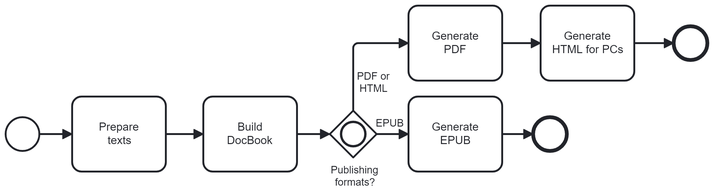
Earlier version of the BPMN export overview.png (japotrad/bilingual-ebooks). Its source is kept beside it as overview.bpmn. Ids are renumbered.
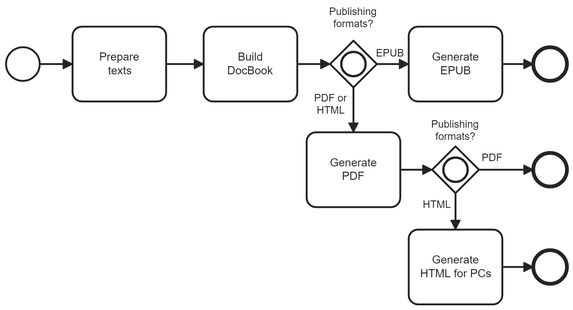
After the change.

What changed in the source:
```diff
@@ -36,16 +36,26 @@
     <bpmn:endEvent id="Event_n15">
       <bpmn:incoming>Flow_n16</bpmn:incoming>
     </bpmn:endEvent>
-    <bpmn:sequenceFlow id="Flow_n12" sourceRef="Activity_n11" targetRef="Activity_n17" />
+    <bpmn:sequenceFlow id="Flow_n12" sourceRef="Activity_n11" targetRef="Gateway_n19" />
     <bpmn:endEvent id="Event_n18">
       <bpmn:incoming>Flow_n14</bpmn:incoming>
     </bpmn:endEvent>
     <bpmn:sequenceFlow id="Flow_n14" sourceRef="Activity_n13" targetRef="Event_n18" />
     <bpmn:task id="Activity_n17" name="Generate&#10;HTML for PCs">
+      <bpmn:incoming>Flow_n20</bpmn:incoming>
+      <bpmn:outgoing>Flow_n21</bpmn:outgoing>
+    </bpmn:task>
+    <bpmn:sequenceFlow id="Flow_n16" name="PDF" sourceRef="Gateway_n19" targetRef="Event_n15" />
+    <bpmn:inclusiveGateway id="Gateway_n19" name="Publishing formats?">
       <bpmn:incoming>Flow_n12</bpmn:incoming>
       <bpmn:outgoing>Flow_n16</bpmn:outgoing>
-    </bpmn:task>
-    <bpmn:sequenceFlow id="Flow_n16" sourceRef="Activity_n17" targetRef="Event_n15" />
+      <bpmn:outgoing>Flow_n20</bpmn:outgoing>
+    </bpmn:inclusiveGateway>
+    <bpmn:endEvent id="Event_n22">
+      <bpmn:incoming>Flow_n21</bpmn:incoming>
+    </bpmn:endEvent>
+    <bpmn:sequenceFlow id="Flow_n21" sourceRef="Activity_n17" targetRef="Event_n22" />
+    <bpmn:sequenceFlow id="Flow_n20" name="HTML" sourceRef="Gateway_n19" targetRef="Activity_n17" />
   </bpmn:process>
   <bpmndi:BPMNDiagram id="BPMNDiagram_1">
     <bpmndi:BPMNPlane id="BPMNPlane_1" bpmnElement="Process_n2">
@@ -63,12 +73,8 @@
       <bpmndi:BPMNShape id="Gateway_n8_di" bpmnElement="Gateway_n8">
         <dc:Bounds x="525" y="152" width="50" height="50" />
         <bpmndi:BPMNLabel>
-          <dc:Bounds x="526" y="209" width="51" height="27" />
+          <dc:Bounds x="524" y="114.5" width="51" height="27" />
         </bpmndi:BPMNLabel>
-      </bpmndi:BPMNShape>
-      <bpmndi:BPMNShape id="Activity_n11_di" bpmnElement="Activity_n11">
-        <dc:Bounds x="609" y="40" width="100" height="80" />
-        <bpmndi:BPMNLabel />
       </bpmndi:BPMNShape>
       <bpmndi:BPMNShape id="Activity_n13_di" bpmnElement="Activity_n13">
         <dc:Bounds x="609" y="137" width="100" height="80" />
@@ -77,12 +83,25 @@
       <bpmndi:BPMNShape id="Event_n18_di" bpmnElement="Event_n18">
         <dc:Bounds x="742" y="159" width="36" height="36" />
       </bpmndi:BPMNShape>
-      <bpmndi:BPMNShape id="Activity_n17_di" bpmnElement="Activity_n17">
-        <dc:Bounds x="750" y="40" width="100" height="80" />
+      <bpmndi:BPMNShape id="Activity_n11_di" bpmnElement="Activity_n11">
+        <dc:Bounds x="500" y="250" width="100" height="80" />
         <bpmndi:BPMNLabel />
       </bpmndi:BPMNShape>
       <bpmndi:BPMNShape id="Event_n15_di" bpmnElement="Event_n15">
-        <dc:Bounds x="892" y="62" width="36" height="36" />
+        <dc:Bounds x="742" y="272" width="36" height="36" />
+      </bpmndi:BPMNShape>
+      <bpmndi:BPMNShape id="BPMNShape_n23" bpmnElement="Gateway_n19">
+        <dc:Bounds x="634" y="265" width="50" height="50" />
+        <bpmndi:BPMNLabel>
+          <dc:Bounds x="633" y="235" width="51" height="27" />
+        </bpmndi:BPMNLabel>
+      </bpmndi:BPMNShape>
+      <bpmndi:BPMNShape id="Activity_n17_di" bpmnElement="Activity_n17">
+        <dc:Bounds x="609" y="354" width="100" height="80" />
+        <bpmndi:BPMNLabel />
+      </bpmndi:BPMNShape>
+      <bpmndi:BPMNShape id="Event_n22_di" bpmnElement="Event_n22">
+        <dc:Bounds x="742" y="376" width="36" height="36" />
       </bpmndi:BPMNShape>
       <bpmndi:BPMNEdge id="Flow_n5_di" bpmnElement="Flow_n5">
         <di:waypoint x="350" y="177" />
@@ -97,11 +116,10 @@
         <di:waypoint x="525" y="177" />
       </bpmndi:BPMNEdge>
       <bpmndi:BPMNEdge id="Flow_n9_di" bpmnElement="Flow_n9">
-        <di:waypoint x="550" y="152" />
-        <di:waypoint x="550" y="80" />
-        <di:waypoint x="609" y="80" />
+        <di:waypoint x="550" y="202" />
+        <di:waypoint x="550" y="250" />
         <bpmndi:BPMNLabel>
-          <dc:Bounds x="554" y="109" width="37" height="27" />
+          <dc:Bounds x="508" y="207" width="37" height="27" />
         </bpmndi:BPMNLabel>
       </bpmndi:BPMNEdge>
       <bpmndi:BPMNEdge id="Flow_n10_di" bpmnElement="Flow_n10">
@@ -112,16 +130,30 @@
         </bpmndi:BPMNLabel>
       </bpmndi:BPMNEdge>
       <bpmndi:BPMNEdge id="Flow_n12_di" bpmnElement="Flow_n12">
-        <di:waypoint x="709" y="80" />
-        <di:waypoint x="750" y="80" />
+        <di:waypoint x="600" y="290" />
+        <di:waypoint x="634" y="290" />
       </bpmndi:BPMNEdge>
       <bpmndi:BPMNEdge id="Flow_n14_di" bpmnElement="Flow_n14">
         <di:waypoint x="709" y="177" />
         <di:waypoint x="742" y="177" />
       </bpmndi:BPMNEdge>
       <bpmndi:BPMNEdge id="Flow_n16_di" bpmnElement="Flow_n16">
-        <di:waypoint x="850" y="80" />
-        <di:waypoint x="892" y="80" />
+        <di:waypoint x="684" y="290" />
+        <di:waypoint x="742" y="290" />
+        <bpmndi:BPMNLabel>
+          <dc:Bounds x="687" y="271" width="23" height="14" />
+        </bpmndi:BPMNLabel>
+      </bpmndi:BPMNEdge>
+      <bpmndi:BPMNEdge id="Flow_n21_di" bpmnElement="Flow_n21">
+        <di:waypoint x="709" y="394" />
+        <di:waypoint x="742" y="394" />
+      </bpmndi:BPMNEdge>
+      <bpmndi:BPMNEdge id="Flow_n20_di" bpmnElement="Flow_n20">
+        <di:waypoint x="659" y="315" />
+        <di:waypoint x="659" y="354" />
+        <bpmndi:BPMNLabel>
+          <dc:Bounds x="624" y="321" width="31" height="14" />
+        </bpmndi:BPMNLabel>
       </bpmndi:BPMNEdge>
     </bpmndi:BPMNPlane>
   </bpmndi:BPMNDiagram>
```
